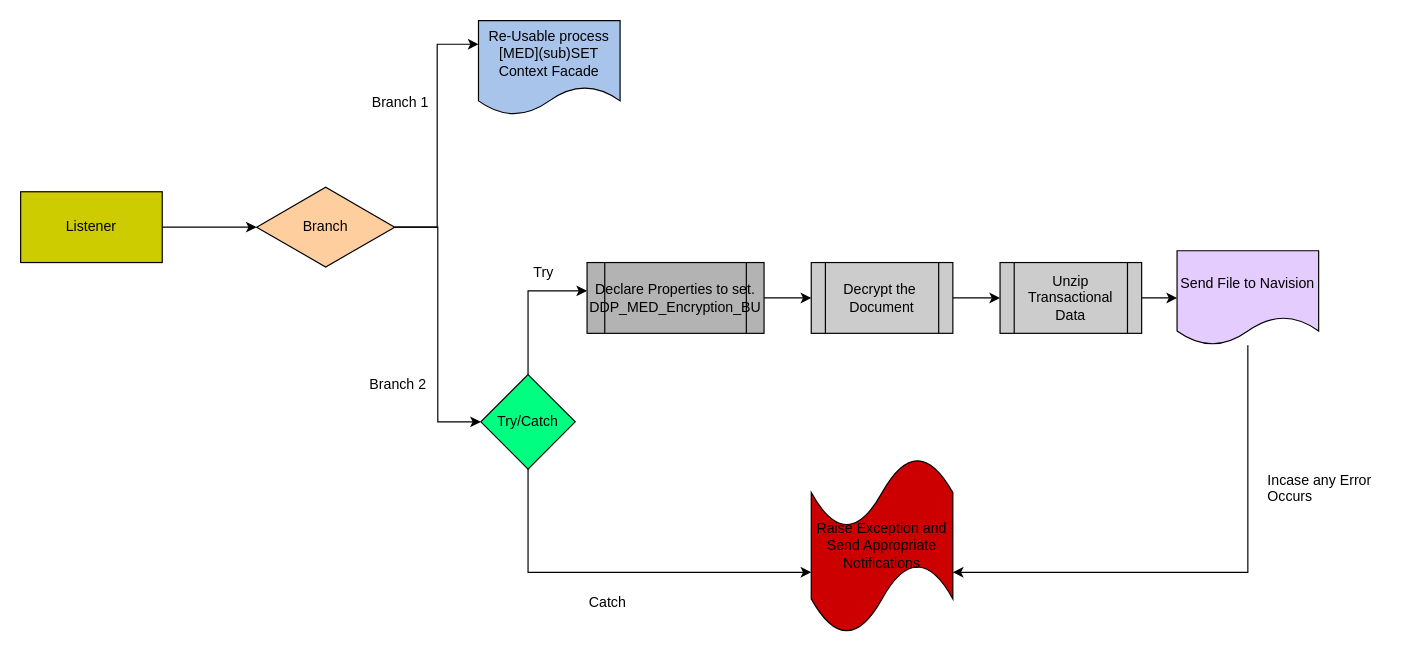
escalibor/code keeps this draw.io diagram as Listener_process.drawio. Above is the earlier version. Source tidied: cells renumbered, new cells numbered last; positions are measured from the earlier drawing's top-left corner, leaving out a move shared by most shapes. Both pictures are drawn from the tidied source at 118%, with x=0, y=0 at pixel (20, 20).
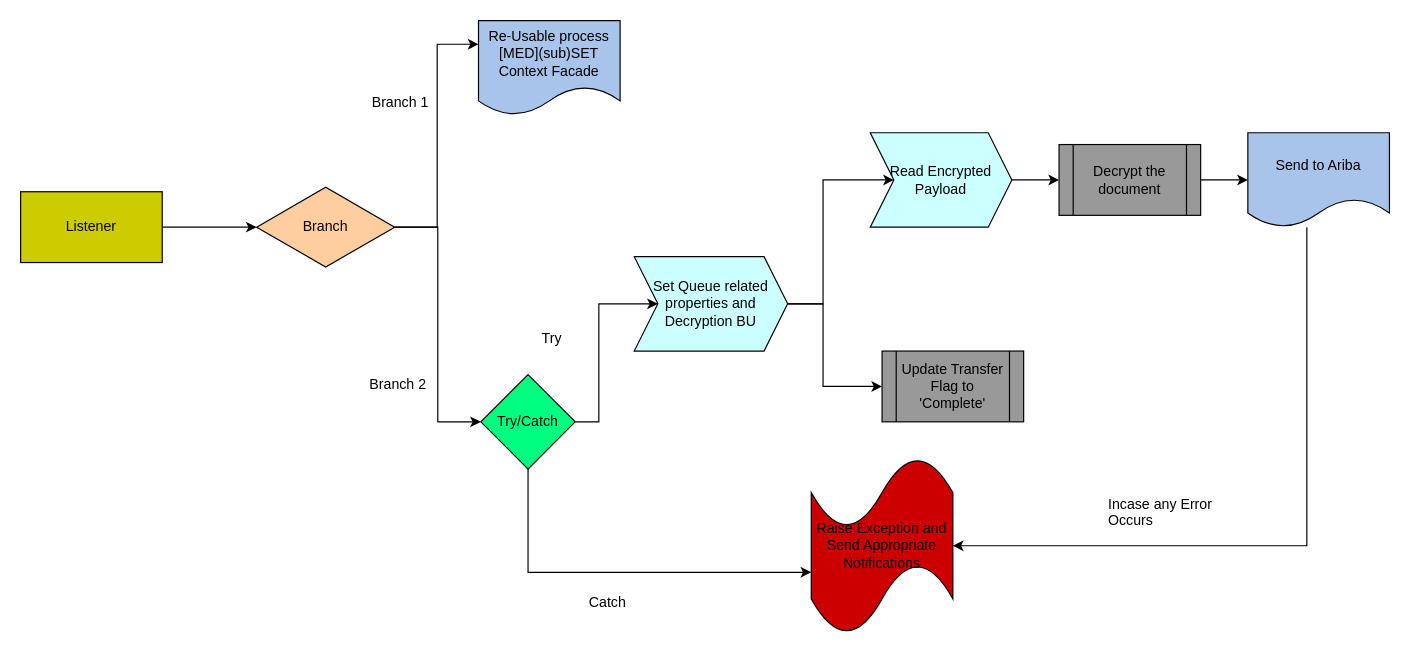
The same diagram, later.

Unchanged cells that the change refers to:
```xml
<mxCell id="11" value="Try/Catch" style="rhombus;whiteSpace=wrap;html=1;strokeColor=#000000;fillColor=#00FF80;" parent="1" vertex="1">
  <mxGeometry x="390" y="300" width="80" height="80" as="geometry" />
</mxCell>
<mxCell id="22" value="Raise Exception and Send Appropriate Notifications" style="shape=tape;whiteSpace=wrap;html=1;strokeColor=#000000;strokeWidth=1;fillColor=#CC0000;" parent="1" vertex="1">
  <mxGeometry x="670" y="370" width="120" height="150" as="geometry" />
</mxCell>
```

Diff of the diagram source:
```diff
@@
-    <mxCell id="9" style="edgeStyle=orthogonalEdgeStyle;rounded=0;jettySize=auto;html=1;exitX=0.5;exitY=0;exitDx=0;exitDy=0;entryX=0;entryY=0.4;entryDx=0;entryDy=0;entryPerimeter=0;" parent="1" edge="1" source="11" target="16">
-      <mxGeometry relative="1" as="geometry" />
-    </mxCell>
@@
+    <mxCell id="25" style="edgeStyle=orthogonalEdgeStyle;rounded=0;jettySize=auto;html=1;" parent="1" edge="1" source="11" target="28">
+      <mxGeometry relative="1" as="geometry">
+        <Array as="points">
+          <mxPoint x="490" y="340" />
+          <mxPoint x="490" y="240" />
+        </Array>
+      </mxGeometry>
+    </mxCell>
@@
-    <mxCell id="13" style="edgeStyle=orthogonalEdgeStyle;rounded=0;jettySize=auto;html=1;" parent="1" edge="1" source="14" target="18">
-      <mxGeometry relative="1" as="geometry" />
-    </mxCell>
-    <mxCell id="14" value="Decrypt the&amp;nbsp;&lt;br&gt;Document&lt;br&gt;" style="shape=process;whiteSpace=wrap;html=1;backgroundOutline=1;strokeColor=#000000;strokeWidth=1;fillColor=#CCCCCC;" parent="1" vertex="1">
-      <mxGeometry x="670" y="205" width="120" height="60" as="geometry" />
-    </mxCell>
-    <mxCell id="15" style="edgeStyle=orthogonalEdgeStyle;rounded=0;jettySize=auto;html=1;" parent="1" edge="1" source="16" target="14">
-      <mxGeometry relative="1" as="geometry" />
-    </mxCell>
-    <mxCell id="16" value="&lt;span&gt;Declare Properties to set.&lt;/span&gt;&lt;br&gt;&lt;span&gt;DDP_MED_Encryption_BU&lt;/span&gt;" style="shape=process;whiteSpace=wrap;html=1;backgroundOutline=1;strokeColor=#000000;strokeWidth=1;fillColor=#B3B3B3;" parent="1" vertex="1">
-      <mxGeometry x="480" y="205" width="150" height="60" as="geometry" />
-    </mxCell>
-    <mxCell id="17" style="edgeStyle=orthogonalEdgeStyle;rounded=0;jettySize=auto;html=1;" parent="1" edge="1" source="18" target="20">
-      <mxGeometry relative="1" as="geometry" />
-    </mxCell>
-    <mxCell id="18" value="Unzip Transactional Data" style="shape=process;whiteSpace=wrap;html=1;backgroundOutline=1;strokeColor=#000000;strokeWidth=1;fillColor=#CCCCCC;" parent="1" vertex="1">
-      <mxGeometry x="830" y="205" width="120" height="60" as="geometry" />
-    </mxCell>
-    <mxCell id="19" style="edgeStyle=orthogonalEdgeStyle;rounded=0;jettySize=auto;html=1;entryX=1;entryY=0.65;entryDx=0;entryDy=0;entryPerimeter=0;" parent="1" edge="1" source="20" target="22">
-      <mxGeometry relative="1" as="geometry">
-        <Array as="points">
-          <mxPoint x="1040" y="468" />
-        </Array>
-      </mxGeometry>
-    </mxCell>
-    <mxCell id="20" value="Send File to Navision" style="shape=document;whiteSpace=wrap;html=1;boundedLbl=1;strokeColor=#000000;strokeWidth=1;fillColor=#E5CCFF;" parent="1" vertex="1">
-      <mxGeometry x="980" y="195" width="120" height="80" as="geometry" />
-    </mxCell>
     <mxCell id="21" value="Try" style="text;html=1;align=left;verticalAlign=top;spacingTop=-4;" parent="1" vertex="1">
-      <mxGeometry x="433" y="204" width="30" height="20" as="geometry" />
+      <mxGeometry x="440" y="260" width="30" height="20" as="geometry" />
     </mxCell>
@@
     <mxCell id="24" value="Incase any Error &lt;br&gt;Occurs" style="text;html=1;align=left;verticalAlign=top;spacingTop=-4;" parent="1" vertex="1">
-      <mxGeometry x="1055" y="380" width="110" height="30" as="geometry" />
+      <mxGeometry x="920" y="400" width="110" height="30" as="geometry" />
     </mxCell>
+    <mxCell id="26" style="edgeStyle=orthogonalEdgeStyle;rounded=0;jettySize=auto;html=1;" parent="1" edge="1" source="28" target="30">
+      <mxGeometry relative="1" as="geometry">
+        <Array as="points">
+          <mxPoint x="680" y="240" />
+          <mxPoint x="680" y="135" />
+        </Array>
+      </mxGeometry>
+    </mxCell>
+    <mxCell id="27" style="edgeStyle=orthogonalEdgeStyle;rounded=0;jettySize=auto;html=1;" parent="1" edge="1" source="28" target="35">
+      <mxGeometry relative="1" as="geometry">
+        <Array as="points">
+          <mxPoint x="680" y="240" />
+          <mxPoint x="680" y="310" />
+        </Array>
+      </mxGeometry>
+    </mxCell>
+    <mxCell id="28" value="Set Queue related properties and&lt;br&gt;Decryption BU&lt;br&gt;" style="shape=step;perimeter=stepPerimeter;whiteSpace=wrap;html=1;fixedSize=1;fillColor=#CCFFFF;" parent="1" vertex="1">
+      <mxGeometry x="520" y="200" width="130" height="80" as="geometry" />
+    </mxCell>
+    <mxCell id="29" style="edgeStyle=orthogonalEdgeStyle;rounded=0;jettySize=auto;html=1;" parent="1" edge="1" source="30" target="32">
+      <mxGeometry relative="1" as="geometry" />
+    </mxCell>
+    <mxCell id="30" value="Read Encrypted Payload" style="shape=step;perimeter=stepPerimeter;whiteSpace=wrap;html=1;fixedSize=1;fillColor=#CCFFFF;" parent="1" vertex="1">
+      <mxGeometry x="720" y="95" width="120" height="80" as="geometry" />
+    </mxCell>
+    <mxCell id="31" style="edgeStyle=orthogonalEdgeStyle;rounded=0;jettySize=auto;html=1;" parent="1" edge="1" source="32" target="34">
+      <mxGeometry relative="1" as="geometry" />
+    </mxCell>
+    <mxCell id="32" value="Decrypt the document" style="shape=process;whiteSpace=wrap;html=1;backgroundOutline=1;fillColor=#999999;" parent="1" vertex="1">
+      <mxGeometry x="880" y="105" width="120" height="60" as="geometry" />
+    </mxCell>
+    <mxCell id="33" style="edgeStyle=orthogonalEdgeStyle;rounded=0;jettySize=auto;html=1;entryX=1;entryY=0.5;entryDx=0;entryDy=0;entryPerimeter=0;" parent="1" edge="1" source="34" target="22">
+      <mxGeometry relative="1" as="geometry">
+        <Array as="points">
+          <mxPoint x="1090" y="445" />
+        </Array>
+      </mxGeometry>
+    </mxCell>
+    <mxCell id="34" value="Send to Ariba" style="shape=document;whiteSpace=wrap;html=1;boundedLbl=1;fillColor=#A9C4EB;" parent="1" vertex="1">
+      <mxGeometry x="1040" y="95" width="120" height="80" as="geometry" />
+    </mxCell>
+    <mxCell id="35" value="Update Transfer Flag to 'Complete'" style="shape=process;whiteSpace=wrap;html=1;backgroundOutline=1;fillColor=#999999;" parent="1" vertex="1">
+      <mxGeometry x="730" y="280" width="120" height="60" as="geometry" />
+    </mxCell>
```
